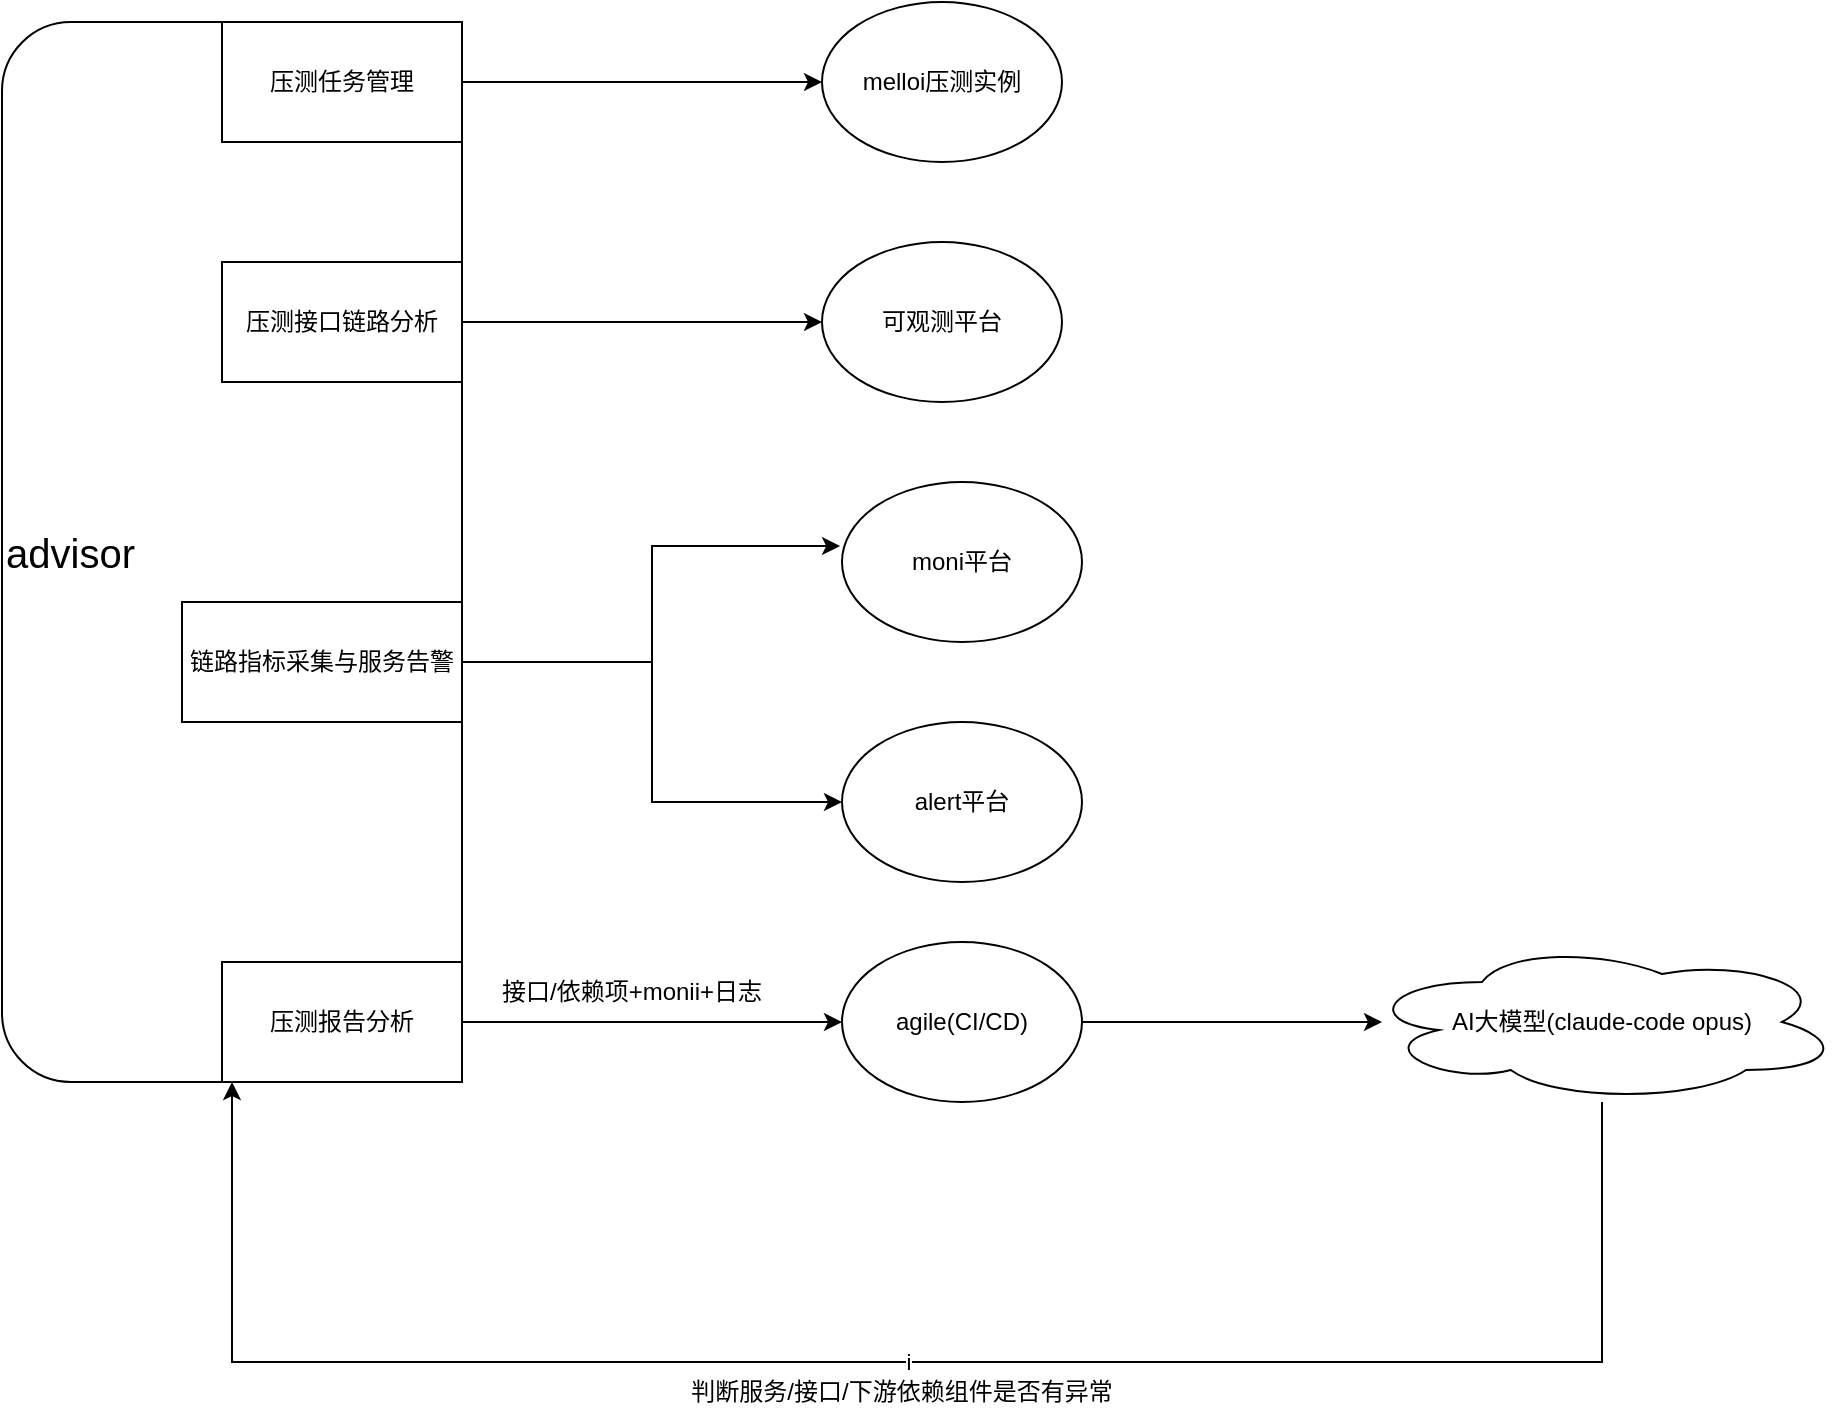
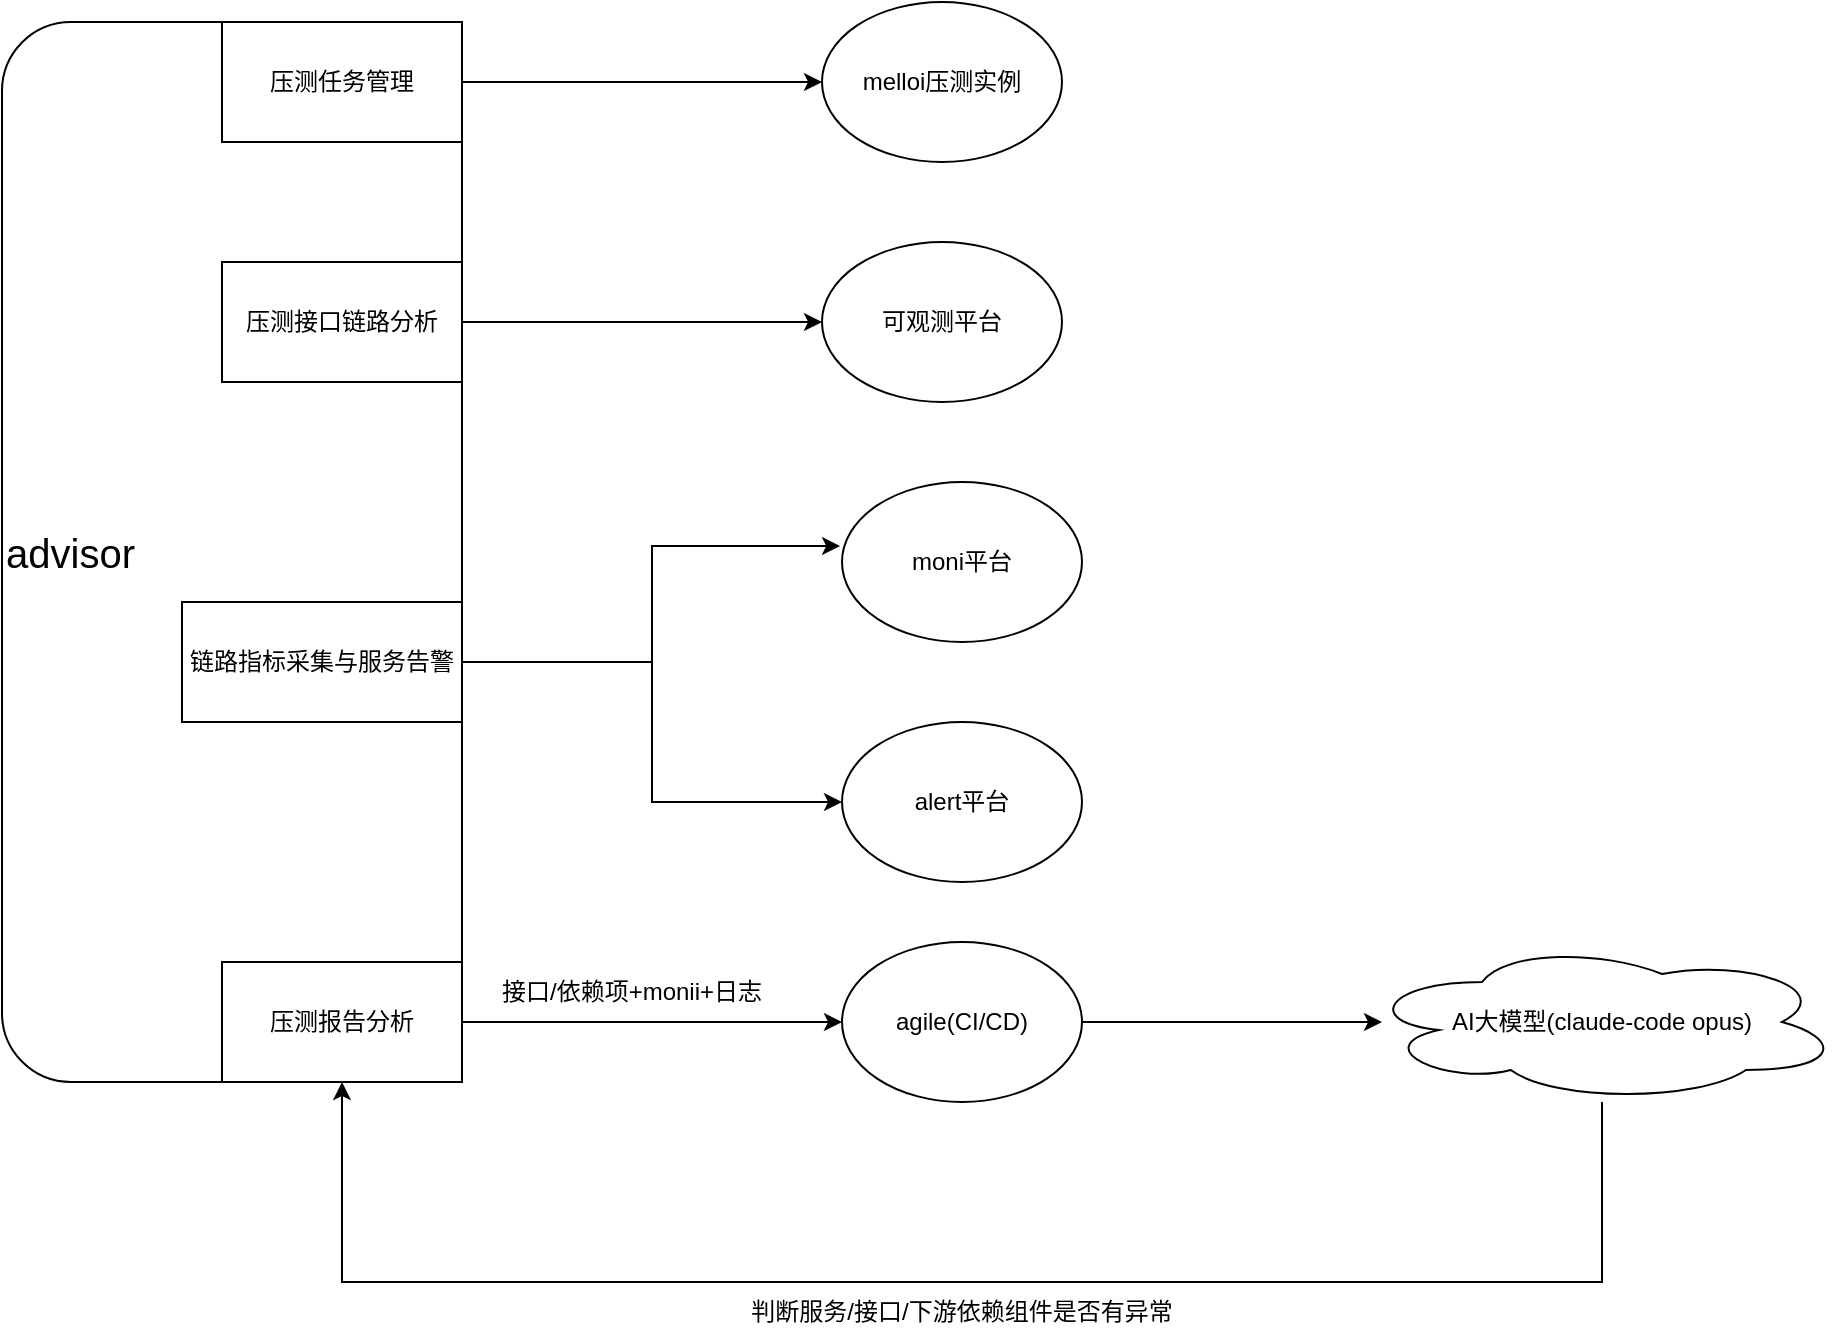
<mxfile host="app.diagrams.net" agent="Mozilla/5.0 (Macintosh; Intel Mac OS X 10_15_7) AppleWebKit/537.36 (KHTML, like Gecko) Chrome/148.0.0.0 Safari/537.36" version="29.2.9">
  <diagram name="第 1 页" id="uCcF8c7Y-oyDx25jCVq8">
    <mxGraphModel dx="1234" dy="790" grid="1" gridSize="10" guides="1" tooltips="1" connect="1" arrows="1" fold="1" page="1" pageScale="1" pageWidth="827" pageHeight="1169" math="0" shadow="0">
      <root>
        <mxCell id="0" />
        <mxCell id="1" parent="0" />
        <mxCell id="aWUngX9W530Vd7qhPuu2-1" parent="1" style="rounded=1;whiteSpace=wrap;html=1;align=left;" value="&lt;span style=&quot;font-size: 20px;&quot;&gt;advisor&lt;/span&gt;" vertex="1">
          <mxGeometry height="530" width="230" x="250" y="360" as="geometry" />
        </mxCell>
        <mxCell id="aWUngX9W530Vd7qhPuu2-6" edge="1" parent="1" source="aWUngX9W530Vd7qhPuu2-2" style="edgeStyle=orthogonalEdgeStyle;rounded=0;orthogonalLoop=1;jettySize=auto;html=1;entryX=0;entryY=0.5;entryDx=0;entryDy=0;" target="aWUngX9W530Vd7qhPuu2-5">
          <mxGeometry relative="1" as="geometry" />
        </mxCell>
        <mxCell id="aWUngX9W530Vd7qhPuu2-2" parent="1" style="rounded=0;whiteSpace=wrap;html=1;" value="压测任务管理" vertex="1">
          <mxGeometry height="60" width="120" x="360" y="360" as="geometry" />
        </mxCell>
        <mxCell id="aWUngX9W530Vd7qhPuu2-5" parent="1" style="ellipse;whiteSpace=wrap;html=1;" value="melloi压测实例" vertex="1">
          <mxGeometry height="80" width="120" x="660" y="350" as="geometry" />
        </mxCell>
        <mxCell id="aWUngX9W530Vd7qhPuu2-10" edge="1" parent="1" source="aWUngX9W530Vd7qhPuu2-8" style="edgeStyle=orthogonalEdgeStyle;rounded=0;orthogonalLoop=1;jettySize=auto;html=1;entryX=0;entryY=0.5;entryDx=0;entryDy=0;" target="aWUngX9W530Vd7qhPuu2-9">
          <mxGeometry relative="1" as="geometry" />
        </mxCell>
        <mxCell id="aWUngX9W530Vd7qhPuu2-8" parent="1" style="rounded=0;whiteSpace=wrap;html=1;" value="压测接口链路分析" vertex="1">
          <mxGeometry height="60" width="120" x="360" y="480" as="geometry" />
        </mxCell>
        <mxCell id="aWUngX9W530Vd7qhPuu2-9" parent="1" style="ellipse;whiteSpace=wrap;html=1;" value="可观测平台" vertex="1">
          <mxGeometry height="80" width="120" x="660" y="470" as="geometry" />
        </mxCell>
        <mxCell id="aWUngX9W530Vd7qhPuu2-16" edge="1" parent="1" source="aWUngX9W530Vd7qhPuu2-11" style="edgeStyle=orthogonalEdgeStyle;rounded=0;orthogonalLoop=1;jettySize=auto;html=1;entryX=0;entryY=0.5;entryDx=0;entryDy=0;" target="aWUngX9W530Vd7qhPuu2-14">
          <mxGeometry relative="1" as="geometry" />
        </mxCell>
        <mxCell id="aWUngX9W530Vd7qhPuu2-11" parent="1" style="rounded=0;whiteSpace=wrap;html=1;" value="链路指标采集与服务告警" vertex="1">
          <mxGeometry height="60" width="140" x="340" y="650" as="geometry" />
        </mxCell>
        <mxCell id="aWUngX9W530Vd7qhPuu2-13" parent="1" style="ellipse;whiteSpace=wrap;html=1;" value="moni平台" vertex="1">
          <mxGeometry height="80" width="120" x="670" y="590" as="geometry" />
        </mxCell>
        <mxCell id="aWUngX9W530Vd7qhPuu2-14" parent="1" style="ellipse;whiteSpace=wrap;html=1;" value="alert平台" vertex="1">
          <mxGeometry height="80" width="120" x="670" y="710" as="geometry" />
        </mxCell>
        <mxCell id="aWUngX9W530Vd7qhPuu2-15" edge="1" parent="1" source="aWUngX9W530Vd7qhPuu2-11" style="edgeStyle=orthogonalEdgeStyle;rounded=0;orthogonalLoop=1;jettySize=auto;html=1;entryX=-0.008;entryY=0.4;entryDx=0;entryDy=0;entryPerimeter=0;" target="aWUngX9W530Vd7qhPuu2-13">
          <mxGeometry relative="1" as="geometry" />
        </mxCell>
        <mxCell id="aWUngX9W530Vd7qhPuu2-19" edge="1" parent="1" source="aWUngX9W530Vd7qhPuu2-17" style="edgeStyle=orthogonalEdgeStyle;rounded=0;orthogonalLoop=1;jettySize=auto;html=1;" target="aWUngX9W530Vd7qhPuu2-18">
          <mxGeometry relative="1" as="geometry" />
        </mxCell>
        <mxCell id="aWUngX9W530Vd7qhPuu2-17" parent="1" style="rounded=0;whiteSpace=wrap;html=1;" value="压测报告分析" vertex="1">
          <mxGeometry height="60" width="120" x="360" y="830" as="geometry" />
        </mxCell>
        <mxCell id="aWUngX9W530Vd7qhPuu2-22" edge="1" parent="1" source="aWUngX9W530Vd7qhPuu2-18" style="edgeStyle=orthogonalEdgeStyle;rounded=0;orthogonalLoop=1;jettySize=auto;html=1;">
          <mxGeometry relative="1" as="geometry">
            <mxPoint x="940" y="860" as="targetPoint" />
          </mxGeometry>
        </mxCell>
        <mxCell id="aWUngX9W530Vd7qhPuu2-18" parent="1" style="ellipse;whiteSpace=wrap;html=1;" value="agile(CI/CD)" vertex="1">
          <mxGeometry height="80" width="120" x="670" y="820" as="geometry" />
        </mxCell>
        <mxCell id="aWUngX9W530Vd7qhPuu2-21" parent="1" style="text;html=1;whiteSpace=wrap;strokeColor=none;fillColor=none;align=center;verticalAlign=middle;rounded=0;" value="接口/依赖项+monii+日志" vertex="1">
          <mxGeometry height="30" width="190" x="470" y="830" as="geometry" />
        </mxCell>
-         <mxCell id="aWUngX9W530Vd7qhPuu2-24" edge="1" parent="1" source="aWUngX9W530Vd7qhPuu2-23" style="edgeStyle=orthogonalEdgeStyle;rounded=0;orthogonalLoop=1;jettySize=auto;html=1;entryX=0.5;entryY=1;entryDx=0;entryDy=0;" target="aWUngX9W530Vd7qhPuu2-1" value="i">
+         <mxCell id="aWUngX9W530Vd7qhPuu2-26" edge="1" parent="1" source="aWUngX9W530Vd7qhPuu2-23" style="edgeStyle=orthogonalEdgeStyle;rounded=0;orthogonalLoop=1;jettySize=auto;html=1;entryX=0.5;entryY=1;entryDx=0;entryDy=0;" target="aWUngX9W530Vd7qhPuu2-17">
          <mxGeometry relative="1" as="geometry">
            <Array as="points">
-               <mxPoint x="1050" y="1030" />
-               <mxPoint x="365" y="1030" />
+               <mxPoint x="1050" y="990" />
+               <mxPoint x="420" y="990" />
            </Array>
          </mxGeometry>
        </mxCell>
        <mxCell id="aWUngX9W530Vd7qhPuu2-23" parent="1" style="ellipse;shape=cloud;whiteSpace=wrap;html=1;" value="AI大模型(claude-code opus)" vertex="1">
          <mxGeometry height="80" width="240" x="930" y="820" as="geometry" />
        </mxCell>
        <mxCell id="aWUngX9W530Vd7qhPuu2-25" parent="1" style="text;html=1;whiteSpace=wrap;strokeColor=none;fillColor=none;align=center;verticalAlign=middle;rounded=0;" value="判断服务/接口/下游依赖组件是否有异常" vertex="1">
-           <mxGeometry height="30" width="280" x="560" y="1030" as="geometry" />
+           <mxGeometry height="30" width="280" x="590" y="990" as="geometry" />
        </mxCell>
      </root>
    </mxGraphModel>
  </diagram>
</mxfile>
